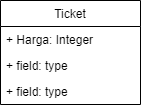
Above: class-diagram.drawio.png in rendiwibawa/KAIKW (draw.io), before the change. Source tidied: cells renumbered, new cells last; positions are measured from the earlier drawing's top-left corner, leaving out a move shared by most shapes. Its diagram source:
```xml
<mxGraphModel>
  <root>
    <mxCell id="0" />
    <mxCell id="1" parent="0" />
    <mxCell id="2" value="Ticket" style="swimlane;fontStyle=0;horizontal=1;startSize=26;fillColor=none;" parent="1" vertex="1">
      <mxGeometry width="140" height="104" as="geometry" />
    </mxCell>
    <mxCell id="3" value="+ Harga: Integer" style="text;strokeColor=none;fillColor=none;align=left;verticalAlign=top;spacingLeft=4;spacingRight=4;overflow=hidden;" parent="2" vertex="1">
      <mxGeometry y="26" width="140" height="26" as="geometry" />
    </mxCell>
    <mxCell id="4" value="+ field: type" style="text;strokeColor=none;fillColor=none;align=left;verticalAlign=top;spacingLeft=4;spacingRight=4;overflow=hidden;" parent="2" vertex="1">
      <mxGeometry y="52" width="140" height="26" as="geometry" />
    </mxCell>
    <mxCell id="5" value="+ field: type" style="text;strokeColor=none;fillColor=none;align=left;verticalAlign=top;spacingLeft=4;spacingRight=4;overflow=hidden;" parent="2" vertex="1">
      <mxGeometry y="78" width="140" height="26" as="geometry" />
    </mxCell>
  </root>
</mxGraphModel>
```
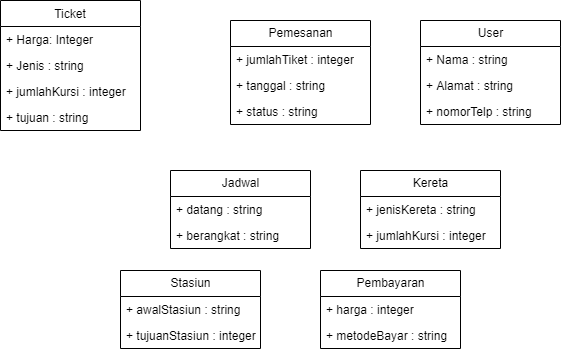
The same file after the commit.

Diff of the diagram source:
```diff
@@ -3,16 +3,79 @@
     <mxCell id="0" />
     <mxCell id="1" parent="0" />
     <mxCell id="2" value="Ticket" style="swimlane;fontStyle=0;horizontal=1;startSize=26;fillColor=none;" parent="1" vertex="1">
-      <mxGeometry width="140" height="104" as="geometry" />
+      <mxGeometry width="140" height="130" as="geometry" />
     </mxCell>
     <mxCell id="3" value="+ Harga: Integer" style="text;strokeColor=none;fillColor=none;align=left;verticalAlign=top;spacingLeft=4;spacingRight=4;overflow=hidden;" parent="2" vertex="1">
       <mxGeometry y="26" width="140" height="26" as="geometry" />
     </mxCell>
-    <mxCell id="4" value="+ field: type" style="text;strokeColor=none;fillColor=none;align=left;verticalAlign=top;spacingLeft=4;spacingRight=4;overflow=hidden;" parent="2" vertex="1">
+    <mxCell id="4" value="+ Jenis : string" style="text;strokeColor=none;fillColor=none;align=left;verticalAlign=top;spacingLeft=4;spacingRight=4;overflow=hidden;" parent="2" vertex="1">
       <mxGeometry y="52" width="140" height="26" as="geometry" />
     </mxCell>
+    <mxCell id="6" value="+ jumlahKursi : integer" style="text;strokeColor=none;fillColor=none;align=left;verticalAlign=top;spacingLeft=4;spacingRight=4;overflow=hidden;" parent="2" vertex="1">
+      <mxGeometry y="78" width="140" height="26" as="geometry" />
+    </mxCell>
-    <mxCell id="5" value="+ field: type" style="text;strokeColor=none;fillColor=none;align=left;verticalAlign=top;spacingLeft=4;spacingRight=4;overflow=hidden;" parent="2" vertex="1">
-      <mxGeometry y="78" width="140" height="26" as="geometry" />
+    <mxCell id="5" value="+ tujuan : string" style="text;strokeColor=none;fillColor=none;align=left;verticalAlign=top;spacingLeft=4;spacingRight=4;overflow=hidden;" parent="2" vertex="1">
+      <mxGeometry y="104" width="140" height="26" as="geometry" />
     </mxCell>
+    <mxCell id="7" value="Pemesanan" style="swimlane;fontStyle=0;horizontal=1;startSize=26;fillColor=none;html=1;" parent="1" vertex="1">
+      <mxGeometry x="230" y="20" width="140" height="104" as="geometry" />
+    </mxCell>
+    <mxCell id="8" value="+ jumlahTiket : integer" style="text;strokeColor=none;fillColor=none;align=left;verticalAlign=top;spacingLeft=4;spacingRight=4;overflow=hidden;whiteSpace=wrap;html=1;" parent="7" vertex="1">
+      <mxGeometry y="26" width="140" height="26" as="geometry" />
+    </mxCell>
+    <mxCell id="9" value="+ tanggal : string" style="text;strokeColor=none;fillColor=none;align=left;verticalAlign=top;spacingLeft=4;spacingRight=4;overflow=hidden;whiteSpace=wrap;html=1;" parent="7" vertex="1">
+      <mxGeometry y="52" width="140" height="26" as="geometry" />
+    </mxCell>
+    <mxCell id="10" value="+ status : string" style="text;strokeColor=none;fillColor=none;align=left;verticalAlign=top;spacingLeft=4;spacingRight=4;overflow=hidden;whiteSpace=wrap;html=1;" parent="7" vertex="1">
+      <mxGeometry y="78" width="140" height="26" as="geometry" />
+    </mxCell>
+    <mxCell id="11" value="User" style="swimlane;fontStyle=0;horizontal=1;startSize=26;fillColor=none;html=1;" parent="1" vertex="1">
+      <mxGeometry x="420" y="20" width="140" height="104" as="geometry" />
+    </mxCell>
+    <mxCell id="12" value="+ Nama : string" style="text;strokeColor=none;fillColor=none;align=left;verticalAlign=top;spacingLeft=4;spacingRight=4;overflow=hidden;whiteSpace=wrap;html=1;" parent="11" vertex="1">
+      <mxGeometry y="26" width="140" height="26" as="geometry" />
+    </mxCell>
+    <mxCell id="13" value="+ Alamat : string" style="text;strokeColor=none;fillColor=none;align=left;verticalAlign=top;spacingLeft=4;spacingRight=4;overflow=hidden;whiteSpace=wrap;html=1;" parent="11" vertex="1">
+      <mxGeometry y="52" width="140" height="26" as="geometry" />
+    </mxCell>
+    <mxCell id="14" value="+ nomorTelp : string" style="text;strokeColor=none;fillColor=none;align=left;verticalAlign=top;spacingLeft=4;spacingRight=4;overflow=hidden;whiteSpace=wrap;html=1;" parent="11" vertex="1">
+      <mxGeometry y="78" width="140" height="26" as="geometry" />
+    </mxCell>
+    <mxCell id="15" value="Jadwal" style="swimlane;fontStyle=0;horizontal=1;startSize=26;fillColor=none;html=1;" parent="1" vertex="1">
+      <mxGeometry x="170" y="170" width="140" height="78" as="geometry" />
+    </mxCell>
+    <mxCell id="16" value="+ datang : string" style="text;strokeColor=none;fillColor=none;align=left;verticalAlign=top;spacingLeft=4;spacingRight=4;overflow=hidden;whiteSpace=wrap;html=1;" parent="15" vertex="1">
+      <mxGeometry y="26" width="140" height="26" as="geometry" />
+    </mxCell>
+    <mxCell id="17" value="+ berangkat : string" style="text;strokeColor=none;fillColor=none;align=left;verticalAlign=top;spacingLeft=4;spacingRight=4;overflow=hidden;whiteSpace=wrap;html=1;" parent="15" vertex="1">
+      <mxGeometry y="52" width="140" height="26" as="geometry" />
+    </mxCell>
+    <mxCell id="18" value="Kereta" style="swimlane;fontStyle=0;horizontal=1;startSize=26;fillColor=none;html=1;" parent="1" vertex="1">
+      <mxGeometry x="360" y="170" width="140" height="78" as="geometry" />
+    </mxCell>
+    <mxCell id="19" value="+ jenisKereta : string" style="text;strokeColor=none;fillColor=none;align=left;verticalAlign=top;spacingLeft=4;spacingRight=4;overflow=hidden;whiteSpace=wrap;html=1;" parent="18" vertex="1">
+      <mxGeometry y="26" width="140" height="26" as="geometry" />
+    </mxCell>
+    <mxCell id="20" value="+ jumlahKursi : integer" style="text;strokeColor=none;fillColor=none;align=left;verticalAlign=top;spacingLeft=4;spacingRight=4;overflow=hidden;whiteSpace=wrap;html=1;" parent="18" vertex="1">
+      <mxGeometry y="52" width="140" height="26" as="geometry" />
+    </mxCell>
+    <mxCell id="21" value="Stasiun" style="swimlane;fontStyle=0;horizontal=1;startSize=26;fillColor=none;html=1;" parent="1" vertex="1">
+      <mxGeometry x="120" y="270" width="140" height="78" as="geometry" />
+    </mxCell>
+    <mxCell id="22" value="+ awalStasiun : string" style="text;strokeColor=none;fillColor=none;align=left;verticalAlign=top;spacingLeft=4;spacingRight=4;overflow=hidden;whiteSpace=wrap;html=1;" parent="21" vertex="1">
+      <mxGeometry y="26" width="140" height="26" as="geometry" />
+    </mxCell>
+    <mxCell id="23" value="+ tujuanStasiun : integer" style="text;strokeColor=none;fillColor=none;align=left;verticalAlign=top;spacingLeft=4;spacingRight=4;overflow=hidden;whiteSpace=wrap;html=1;" parent="21" vertex="1">
+      <mxGeometry y="52" width="140" height="26" as="geometry" />
+    </mxCell>
+    <mxCell id="24" value="Pembayaran" style="swimlane;fontStyle=0;horizontal=1;startSize=26;fillColor=none;html=1;" parent="1" vertex="1">
+      <mxGeometry x="320" y="270" width="140" height="78" as="geometry" />
+    </mxCell>
+    <mxCell id="25" value="+ harga : integer" style="text;strokeColor=none;fillColor=none;align=left;verticalAlign=top;spacingLeft=4;spacingRight=4;overflow=hidden;whiteSpace=wrap;html=1;" parent="24" vertex="1">
+      <mxGeometry y="26" width="140" height="26" as="geometry" />
+    </mxCell>
+    <mxCell id="26" value="+ metodeBayar : string" style="text;strokeColor=none;fillColor=none;align=left;verticalAlign=top;spacingLeft=4;spacingRight=4;overflow=hidden;whiteSpace=wrap;html=1;" parent="24" vertex="1">
+      <mxGeometry y="52" width="140" height="26" as="geometry" />
+    </mxCell>
   </root>
 </mxGraphModel>
```
